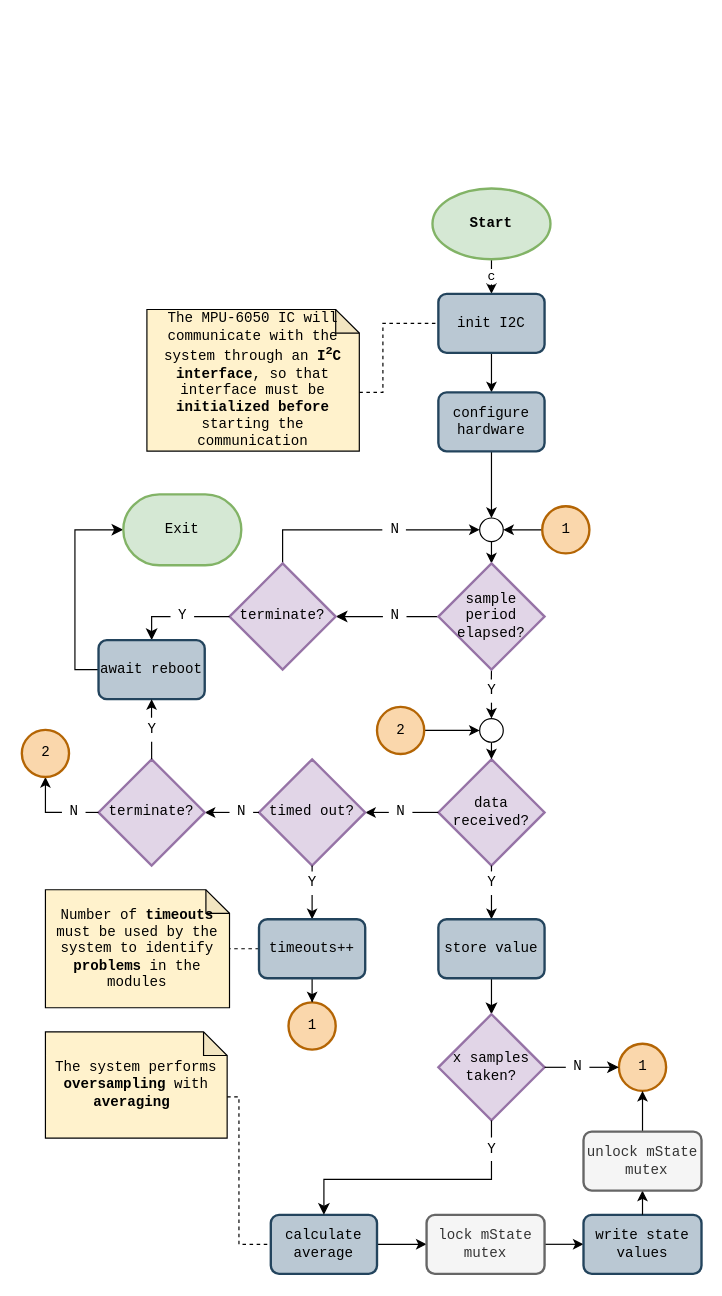
The draw.io diagram 3. Design/3. Software Specification/acc_gyro_flowchart-local.drawio in esrg-silent-howl/zephyrus, before the edit. Source tidied: cells renumbered, new cells numbered last; positions are measured from the earlier drawing's top-left corner, leaving out a move shared by most shapes. Both pictures are drawn from the tidied source at 118%, with x=0, y=0 at pixel (21, 188).
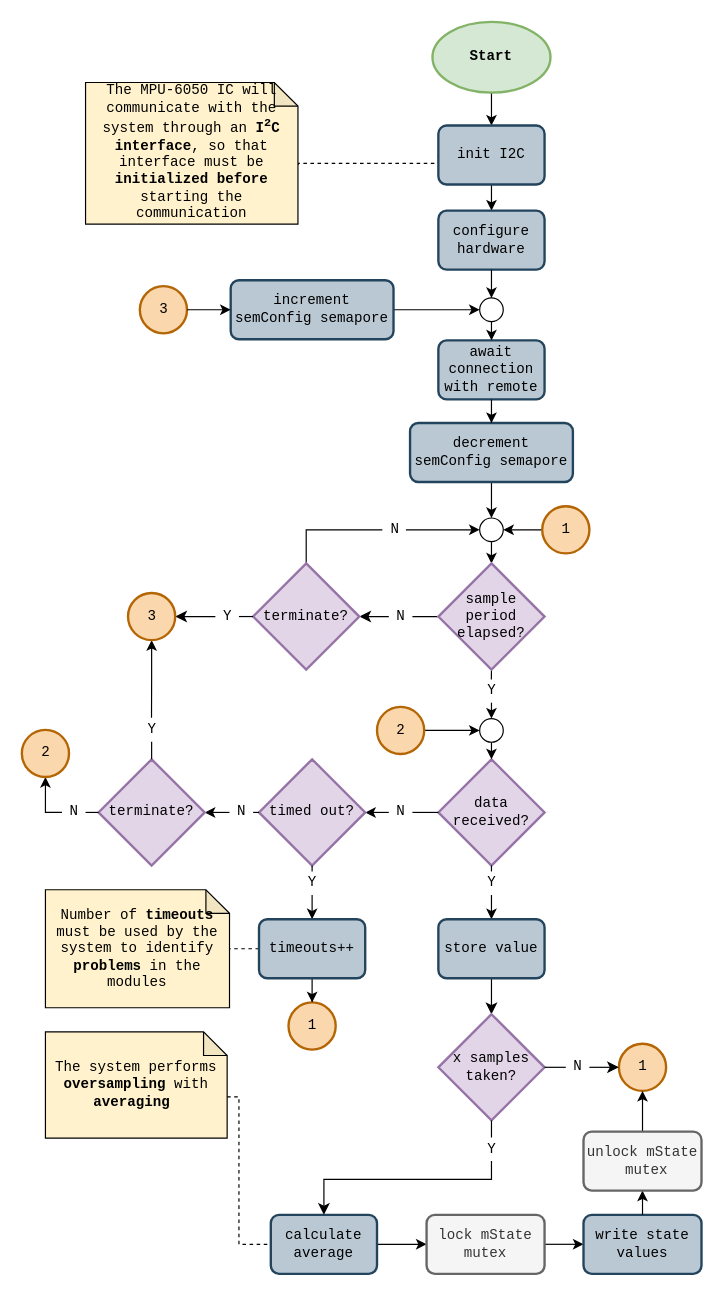
After the change.

Unchanged cells that the change refers to:
```xml
<mxCell id="14" style="ellipse;whiteSpace=wrap;html=1;fontFamily=Consolas;" parent="1" vertex="1">
  <mxGeometry x="388" y="279.5" width="20" height="20" as="geometry" />
</mxCell>
<mxCell id="54" value="Y" style="text;html=1;align=center;verticalAlign=middle;points=[];fontFamily=Consolas;" parent="1" vertex="1">
  <mxGeometry x="100" y="449" width="20" height="20" as="geometry" />
</mxCell>
```

The edit, as a diff of the source:
```diff
@@
-    <mxCell id="2" value="c" style="edgeStyle=orthogonalEdgeStyle;rounded=0;jettySize=auto;html=1;exitX=0.5;exitY=1;exitDx=0;exitDy=0;exitPerimeter=0;entryX=0.5;entryY=0;entryDx=0;entryDy=0;fontFamily=Consolas;" parent="1" edge="1" source="3" target="57">
+    <mxCell id="2" style="edgeStyle=orthogonalEdgeStyle;rounded=0;jettySize=auto;html=1;exitX=0.5;exitY=1;exitDx=0;exitDy=0;exitPerimeter=0;entryX=0.5;entryY=0;entryDx=0;entryDy=0;fontFamily=Consolas;" parent="1" edge="1" source="3" target="57">
       <mxGeometry relative="1" as="geometry" />
     </mxCell>
     <mxCell id="3" value="Start" style="strokeWidth=2;html=1;shape=mxgraph.flowchart.start_1;whiteSpace=wrap;fillColor=#d5e8d4;strokeColor=#82b366;fontStyle=1;fontFamily=Consolas;" parent="1" vertex="1">
-      <mxGeometry x="348" y="0.2" width="100" height="60" as="geometry" />
+      <mxGeometry x="348" y="-141" width="100" height="60" as="geometry" />
     </mxCell>
@@
-    <mxCell id="20" style="edgeStyle=orthogonalEdgeStyle;rounded=0;jettySize=auto;html=1;exitX=0.5;exitY=1;exitDx=0;exitDy=0;fontFamily=Consolas;" parent="1" edge="1" source="58" target="14">
+    <mxCell id="20" style="edgeStyle=orthogonalEdgeStyle;rounded=0;jettySize=auto;html=1;exitX=0.5;exitY=1;exitDx=0;exitDy=0;fontFamily=Consolas;" parent="1" edge="1" source="89" target="14">
       <mxGeometry relative="1" as="geometry" />
     </mxCell>
@@
-    <mxCell id="25" style="edgeStyle=orthogonalEdgeStyle;rounded=0;jettySize=auto;html=1;endArrow=none;endFill=0;dashed=1;entryX=0;entryY=0.5;entryDx=0;entryDy=0;fontFamily=Consolas;" parent="1" edge="1" source="26" target="57">
+    <mxCell id="25" style="edgeStyle=orthogonalEdgeStyle;rounded=0;jettySize=auto;html=1;endArrow=none;endFill=0;dashed=1;entryX=0;entryY=0.5;entryDx=0;entryDy=0;fontFamily=Consolas;exitX=0;exitY=0;exitDx=180;exitDy=70;exitPerimeter=0;" parent="1" edge="1" source="26" target="57">
       <mxGeometry relative="1" as="geometry">
         <Array as="points">
-          <mxPoint x="306" y="173" />
-          <mxPoint x="306" y="115" />
+          <mxPoint x="353" y="-21" />
         </Array>
       </mxGeometry>
     </mxCell>
     <mxCell id="26" value="The MPU-6050 IC will communicate with the system through an &lt;b&gt;I&lt;sup&gt;2&lt;/sup&gt;C interface&lt;/b&gt;, so that interface must be &lt;b&gt;initialized before&lt;/b&gt; starting the communication" style="shape=note;html=1;backgroundOutline=1;darkOpacity=0.05;size=20;fillColor=#fff2cc;strokeColor=#000000;whiteSpace=wrap;fontFamily=Consolas;" parent="1" vertex="1">
-      <mxGeometry x="106" y="102.8" width="180" height="120" as="geometry" />
+      <mxGeometry x="54" y="-89.6" width="180" height="120" as="geometry" />
     </mxCell>
@@
     <mxCell id="37" value="N" style="text;html=1;align=center;verticalAlign=middle;points=[];fontFamily=Consolas;" parent="1" vertex="1">
-      <mxGeometry x="306" y="353" width="20" height="20" as="geometry" />
+      <mxGeometry x="311" y="353" width="20" height="20" as="geometry" />
     </mxCell>
@@
-    <mxCell id="40" style="edgeStyle=orthogonalEdgeStyle;rounded=0;jettySize=auto;html=1;exitX=0;exitY=0.5;exitDx=0;exitDy=0;exitPerimeter=0;entryX=0.5;entryY=0;entryDx=0;entryDy=0;startArrow=none;startFill=0;endArrow=classic;endFill=1;endSize=7;fontFamily=Consolas;" parent="1" edge="1" source="52" target="50">
+    <mxCell id="40" style="edgeStyle=orthogonalEdgeStyle;rounded=0;jettySize=auto;html=1;exitX=0;exitY=0.5;exitDx=0;exitDy=0;exitPerimeter=0;entryX=1;entryY=0.5;entryDx=0;entryDy=0;startArrow=none;startFill=0;endArrow=classic;endFill=1;endSize=7;fontFamily=Consolas;entryPerimeter=0;" parent="1" edge="1" source="52" target="86">
       <mxGeometry relative="1" as="geometry" />
     </mxCell>
     <mxCell id="41" value="terminate?" style="strokeWidth=2;html=1;shape=mxgraph.flowchart.decision;whiteSpace=wrap;fillColor=#e1d5e7;strokeColor=#9673a6;fontFamily=Consolas;" parent="1" vertex="1">
-      <mxGeometry x="176" y="318" width="90" height="90" as="geometry" />
+      <mxGeometry x="196" y="318" width="90" height="90" as="geometry" />
     </mxCell>
@@
-    <mxCell id="49" style="edgeStyle=orthogonalEdgeStyle;rounded=0;jettySize=auto;html=1;exitX=0;exitY=0.5;exitDx=0;exitDy=0;entryX=0;entryY=0.5;entryDx=0;entryDy=0;entryPerimeter=0;startArrow=none;startFill=0;endArrow=classic;endFill=1;endSize=7;fontFamily=Consolas;" parent="1" edge="1" source="50" target="51">
-      <mxGeometry relative="1" as="geometry" />
-    </mxCell>
-    <mxCell id="50" value="await reboot" style="rounded=1;whiteSpace=wrap;html=1;absoluteArcSize=1;arcSize=14;strokeWidth=2;fillColor=#bac8d3;strokeColor=#23445d;fontFamily=Consolas;" parent="1" vertex="1">
-      <mxGeometry x="65" y="383" width="90" height="50" as="geometry" />
-    </mxCell>
-    <mxCell id="51" value="Exit" style="strokeWidth=2;html=1;shape=mxgraph.flowchart.terminator;whiteSpace=wrap;fillColor=#d5e8d4;strokeColor=#82b366;fontFamily=Consolas;" parent="1" vertex="1">
-      <mxGeometry x="86" y="259.5" width="100" height="60" as="geometry" />
-    </mxCell>
     <mxCell id="52" value="Y" style="text;html=1;align=center;verticalAlign=middle;points=[];fontFamily=Consolas;" parent="1" vertex="1">
-      <mxGeometry x="126" y="353" width="20" height="20" as="geometry" />
+      <mxGeometry x="164" y="353" width="20" height="20" as="geometry" />
     </mxCell>
     <mxCell id="53" style="edgeStyle=orthogonalEdgeStyle;rounded=0;jettySize=auto;html=1;exitX=0;exitY=0.5;exitDx=0;exitDy=0;exitPerimeter=0;startArrow=none;startFill=0;endArrow=none;endFill=0;endSize=7;fontFamily=Consolas;" parent="1" edge="1" source="41" target="52">
-      <mxGeometry relative="1" as="geometry" />
+      <mxGeometry relative="1" as="geometry">
+        <Array as="points">
+          <mxPoint x="184" y="363" />
+          <mxPoint x="184" y="363" />
+        </Array>
+      </mxGeometry>
     </mxCell>
@@
-    <mxCell id="55" style="edgeStyle=orthogonalEdgeStyle;rounded=0;jettySize=auto;html=1;exitX=0.5;exitY=1;exitDx=0;exitDy=0;startArrow=classic;startFill=1;endArrow=none;endFill=0;endSize=7;entryX=0.495;entryY=-0.014;entryDx=0;entryDy=0;entryPerimeter=0;fontFamily=Consolas;" parent="1" edge="1" source="50" target="54">
+    <mxCell id="55" style="edgeStyle=orthogonalEdgeStyle;rounded=0;jettySize=auto;html=1;startArrow=classic;startFill=1;endArrow=none;endFill=0;endSize=7;entryX=0.495;entryY=-0.014;entryDx=0;entryDy=0;entryPerimeter=0;fontFamily=Consolas;" parent="1" edge="1" source="86" target="54">
       <mxGeometry relative="1" as="geometry" />
     </mxCell>
@@
     <mxCell id="57" value="init I2C" style="rounded=1;whiteSpace=wrap;html=1;absoluteArcSize=1;arcSize=14;strokeWidth=2;fillColor=#bac8d3;strokeColor=#23445d;fontFamily=Consolas;" parent="1" vertex="1">
-      <mxGeometry x="353" y="89.5" width="90" height="50" as="geometry" />
+      <mxGeometry x="353" y="-53.1" width="90" height="50" as="geometry" />
     </mxCell>
     <mxCell id="58" value="configure hardware" style="rounded=1;whiteSpace=wrap;html=1;absoluteArcSize=1;arcSize=14;strokeWidth=2;fillColor=#bac8d3;strokeColor=#23445d;fontFamily=Consolas;" parent="1" vertex="1">
-      <mxGeometry x="353" y="173" width="90" height="50" as="geometry" />
+      <mxGeometry x="353" y="19" width="90" height="50" as="geometry" />
     </mxCell>
@@
+    <mxCell id="82" value="await connection with remote" style="rounded=1;whiteSpace=wrap;html=1;absoluteArcSize=1;arcSize=14;strokeWidth=2;fillColor=#bac8d3;strokeColor=#23445d;fontFamily=Consolas;" parent="1" vertex="1">
+      <mxGeometry x="353" y="129" width="90" height="50" as="geometry" />
+    </mxCell>
+    <mxCell id="83" style="edgeStyle=orthogonalEdgeStyle;rounded=0;jettySize=auto;html=1;exitX=0.5;exitY=1;exitDx=0;exitDy=0;fontFamily=Consolas;" parent="1" edge="1" source="84" target="82">
+      <mxGeometry relative="1" as="geometry">
+        <Array as="points">
+          <mxPoint x="398" y="119" />
+          <mxPoint x="398" y="119" />
+        </Array>
+      </mxGeometry>
+    </mxCell>
+    <mxCell id="84" style="ellipse;whiteSpace=wrap;html=1;fontFamily=Consolas;" parent="1" vertex="1">
+      <mxGeometry x="388" y="93" width="20" height="20" as="geometry" />
+    </mxCell>
+    <mxCell id="85" style="edgeStyle=orthogonalEdgeStyle;rounded=0;jettySize=auto;html=1;exitX=0.5;exitY=1;exitDx=0;exitDy=0;fontFamily=Consolas;" parent="1" edge="1" source="58" target="84">
+      <mxGeometry relative="1" as="geometry">
+        <Array as="points">
+          <mxPoint x="398" y="89" />
+          <mxPoint x="398" y="89" />
+        </Array>
+      </mxGeometry>
+    </mxCell>
+    <mxCell id="86" value="3" style="verticalLabelPosition=middle;verticalAlign=middle;html=1;shape=mxgraph.flowchart.on-page_reference;strokeWidth=2;align=center;labelPosition=center;fillColor=#fad7ac;strokeColor=#b46504;fontFamily=Consolas;" parent="1" vertex="1">
+      <mxGeometry x="90" y="343" width="40" height="40" as="geometry" />
+    </mxCell>
+    <mxCell id="87" style="edgeStyle=orthogonalEdgeStyle;rounded=0;jettySize=auto;html=1;entryX=0;entryY=0.5;entryDx=0;entryDy=0;" parent="1" edge="1" source="91" target="84">
+      <mxGeometry relative="1" as="geometry" />
+    </mxCell>
+    <mxCell id="88" value="3" style="verticalLabelPosition=middle;verticalAlign=middle;html=1;shape=mxgraph.flowchart.on-page_reference;strokeWidth=2;align=center;labelPosition=center;fillColor=#fad7ac;strokeColor=#b46504;fontFamily=Consolas;" parent="1" vertex="1">
+      <mxGeometry x="100" y="83" width="40" height="40" as="geometry" />
+    </mxCell>
+    <mxCell id="89" value="decrement semConfig semapore" style="rounded=1;whiteSpace=wrap;html=1;absoluteArcSize=1;arcSize=14;strokeWidth=2;fillColor=#bac8d3;strokeColor=#23445d;fontFamily=Consolas;" parent="1" vertex="1">
+      <mxGeometry x="329" y="199" width="138" height="50" as="geometry" />
+    </mxCell>
+    <mxCell id="90" style="edgeStyle=orthogonalEdgeStyle;rounded=0;jettySize=auto;html=1;exitX=0.5;exitY=1;exitDx=0;exitDy=0;fontFamily=Consolas;" parent="1" edge="1" source="82" target="89">
+      <mxGeometry relative="1" as="geometry" />
+    </mxCell>
+    <mxCell id="91" value="increment semConfig semapore" style="rounded=1;whiteSpace=wrap;html=1;absoluteArcSize=1;arcSize=14;strokeWidth=2;fillColor=#bac8d3;strokeColor=#23445d;fontFamily=Consolas;" parent="1" vertex="1">
+      <mxGeometry x="177" y="78" width="138" height="50" as="geometry" />
+    </mxCell>
+    <mxCell id="92" style="edgeStyle=orthogonalEdgeStyle;rounded=0;jettySize=auto;html=1;entryX=0;entryY=0.5;entryDx=0;entryDy=0;" parent="1" edge="1" source="88" target="91">
+      <mxGeometry relative="1" as="geometry" />
+    </mxCell>
```
